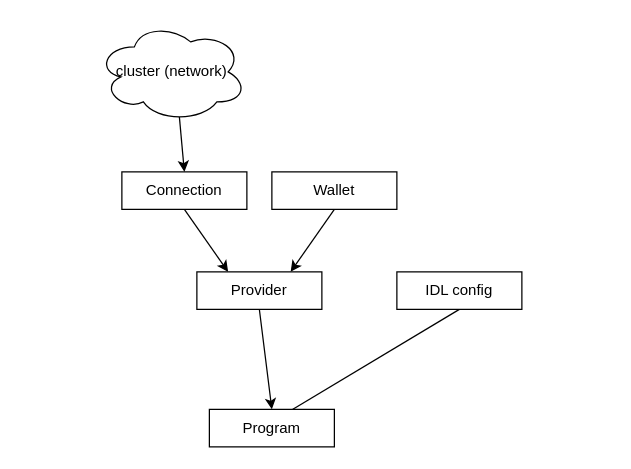
Above: docs/runtime_dependencies.drawio in 71f681c20d/solana-twitter (draw.io), before the change. Source tidied: cells renumbered, new cells numbered last; positions are measured from the earlier drawing's top-left corner, leaving out a move shared by most shapes. Both pictures are drawn from the tidied source at 125%, with x=0, y=0 at pixel (96, 21).
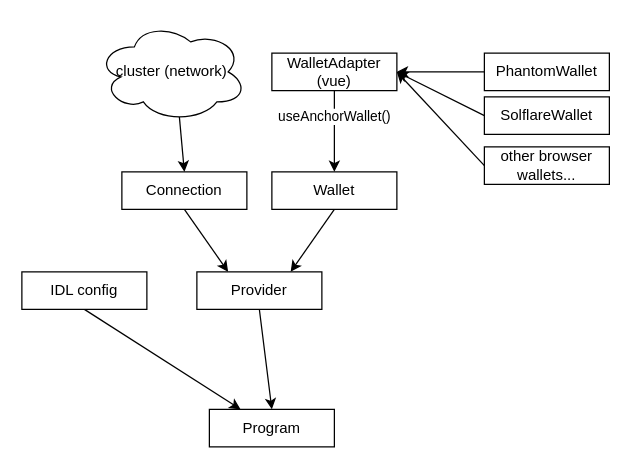
The same page after the edit.

Commit message (it also covers changes not shown here):
Added walletconnect css styling and updated arch diagram

The change refers to these unchanged cells:
```xml
<mxCell id="7" value="Wallet" style="rounded=0;whiteSpace=wrap;html=1;" parent="1" vertex="1">
  <mxGeometry x="140" y="120" width="100" height="30" as="geometry" />
</mxCell>
<mxCell id="12" value="Program" style="rounded=0;whiteSpace=wrap;html=1;" parent="1" vertex="1">
  <mxGeometry x="90" y="310" width="100" height="30" as="geometry" />
</mxCell>
```

Change to the diagram source:
```diff
@@
-    <mxCell id="10" style="edgeStyle=none;html=1;exitX=0.5;exitY=1;exitDx=0;exitDy=0;" parent="1" edge="1" source="11">
-      <mxGeometry relative="1" as="geometry">
-        <mxPoint x="140" y="320" as="targetPoint" />
-      </mxGeometry>
+    <mxCell id="10" style="edgeStyle=none;html=1;exitX=0.5;exitY=1;exitDx=0;exitDy=0;entryX=0.25;entryY=0;entryDx=0;entryDy=0;" parent="1" edge="1" source="11" target="12">
+      <mxGeometry relative="1" as="geometry" />
     </mxCell>
     <mxCell id="11" value="IDL config" style="rounded=0;whiteSpace=wrap;html=1;" parent="1" vertex="1">
-      <mxGeometry x="240" y="200" width="100" height="30" as="geometry" />
+      <mxGeometry x="-60" y="200" width="100" height="30" as="geometry" />
     </mxCell>
@@
+    <mxCell id="13" style="edgeStyle=none;html=1;exitX=0.5;exitY=1;exitDx=0;exitDy=0;entryX=0.5;entryY=0;entryDx=0;entryDy=0;" parent="1" edge="1" source="15" target="7">
+      <mxGeometry relative="1" as="geometry" />
+    </mxCell>
+    <mxCell id="14" value="useAnchorWallet()" style="edgeLabel;html=1;align=center;verticalAlign=middle;" parent="13" vertex="1">
+      <mxGeometry x="-0.38" y="-1" relative="1" as="geometry" />
+    </mxCell>
+    <mxCell id="15" value="WalletAdapter (vue)" style="rounded=0;whiteSpace=wrap;html=1;" parent="1" vertex="1">
+      <mxGeometry x="140" y="25" width="100" height="30" as="geometry" />
+    </mxCell>
+    <mxCell id="16" style="edgeStyle=none;html=1;exitX=0;exitY=0.5;exitDx=0;exitDy=0;entryX=1;entryY=0.5;entryDx=0;entryDy=0;" parent="1" edge="1" source="17" target="15">
+      <mxGeometry relative="1" as="geometry" />
+    </mxCell>
+    <mxCell id="17" value="PhantomWallet" style="rounded=0;whiteSpace=wrap;html=1;" parent="1" vertex="1">
+      <mxGeometry x="310" y="25" width="100" height="30" as="geometry" />
+    </mxCell>
+    <mxCell id="18" style="edgeStyle=none;html=1;exitX=0;exitY=0.5;exitDx=0;exitDy=0;" parent="1" edge="1" source="19">
+      <mxGeometry relative="1" as="geometry">
+        <mxPoint x="240" y="40" as="targetPoint" />
+      </mxGeometry>
+    </mxCell>
+    <mxCell id="19" value="SolflareWallet" style="rounded=0;whiteSpace=wrap;html=1;" parent="1" vertex="1">
+      <mxGeometry x="310" y="60" width="100" height="30" as="geometry" />
+    </mxCell>
+    <mxCell id="20" style="edgeStyle=none;html=1;exitX=0;exitY=0.5;exitDx=0;exitDy=0;entryX=1;entryY=0.5;entryDx=0;entryDy=0;" parent="1" edge="1" source="21" target="15">
+      <mxGeometry relative="1" as="geometry" />
+    </mxCell>
+    <mxCell id="21" value="other browser wallets..." style="rounded=0;whiteSpace=wrap;html=1;" parent="1" vertex="1">
+      <mxGeometry x="310" y="100" width="100" height="30" as="geometry" />
+    </mxCell>
```
